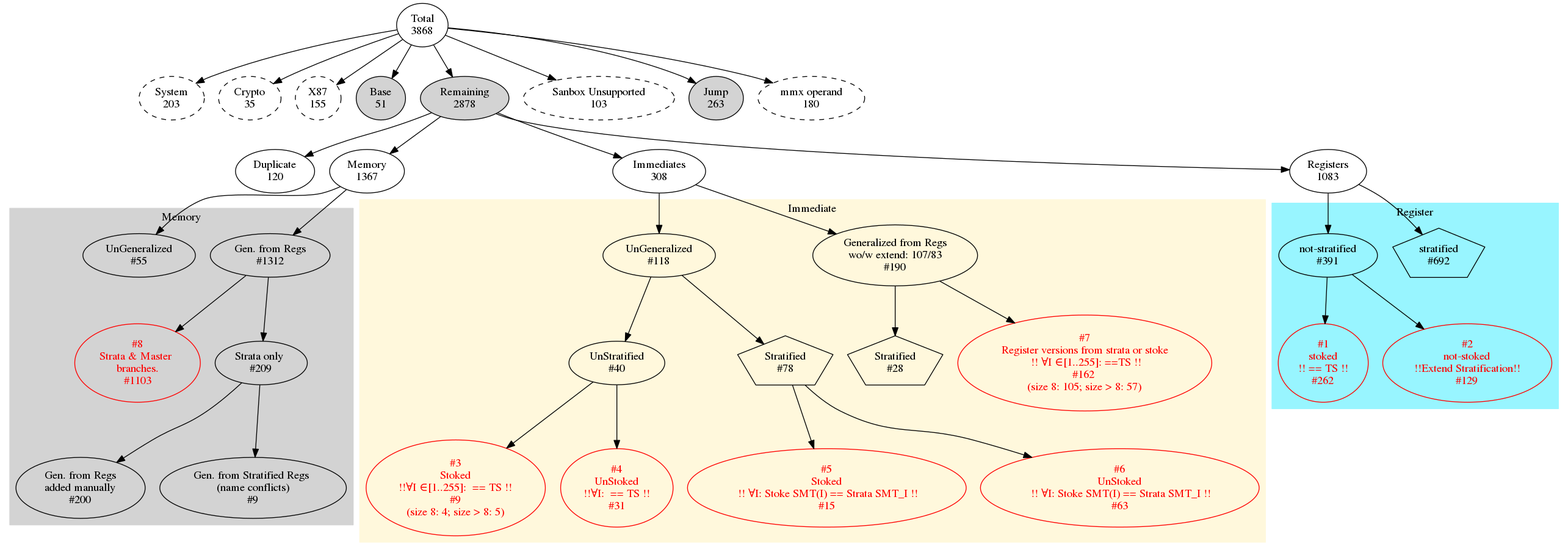
This is docs/reports/instruction_support_status.png from kframework/X86-64-semantics, a Graphviz export, as it was before one commit. Its source is kept beside it as docs/reports/instruction_support_status.dot.
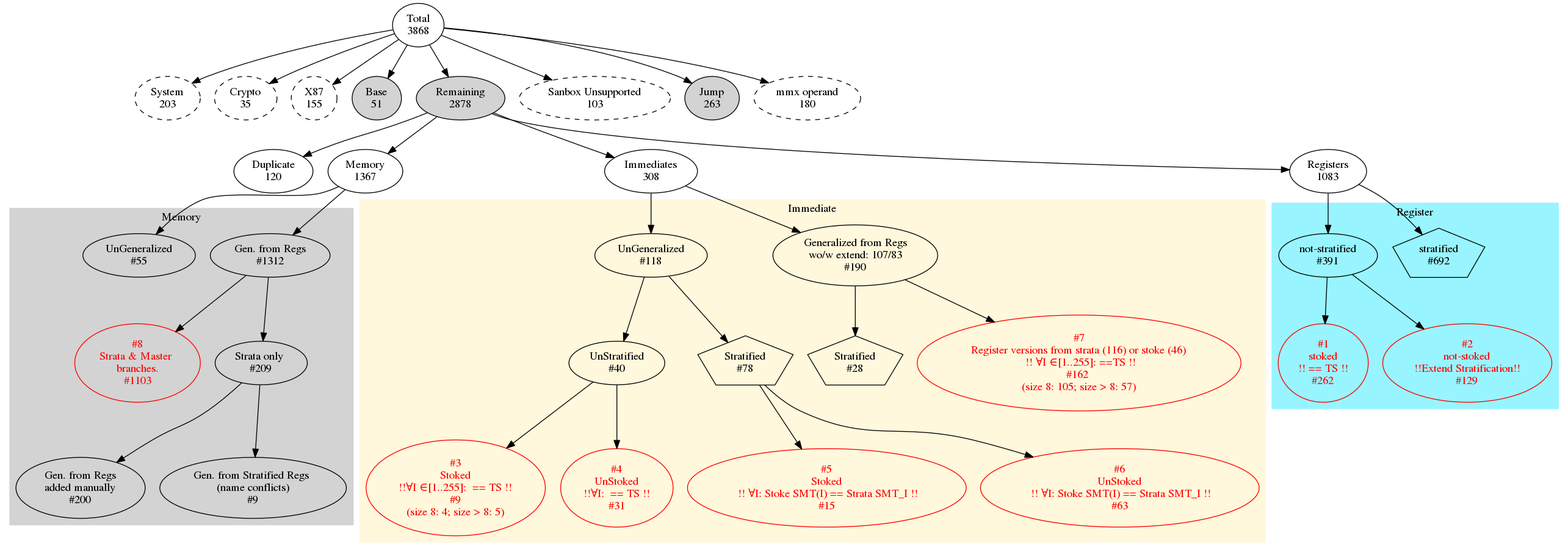
Above is the later version.

Change to the diagram source:
```diff
@@ -98,7 +98,7 @@
     UGUSUS [fontcolor=red; color=red; label="#4\nUnStoked\n!!&#8704;I:  == TS !!\n#31"]
     S2_STOKED [fontcolor=red; color=red; label="#5\nStoked\n !! &#8704;I: Stoke SMT(I) == Strata SMT_I !!\n#15"]
     S2_UNSTOKED [fontcolor=red; color=red; label="#6\nUnStoked\n !! &#8704;I: Stoke SMT(I) == Strata SMT_I !!\n#63"]
-    GUS [fontcolor=red; color=red; label="#7\nRegister versions from strata or stoke\n !! &#8704;I &isin;[1..255]: ==TS !!\n#162 \n(size 8: 105; size > 8: 57)"]
+    GUS [fontcolor=red; color=red; label="#7\nRegister versions from strata (116) or stoke (46)\n !! &#8704;I &isin;[1..255]: ==TS !!\n#162 \n(size 8: 105; size > 8: 57)"]
 
     IMMS -> G
     IMMS -> UG
```
